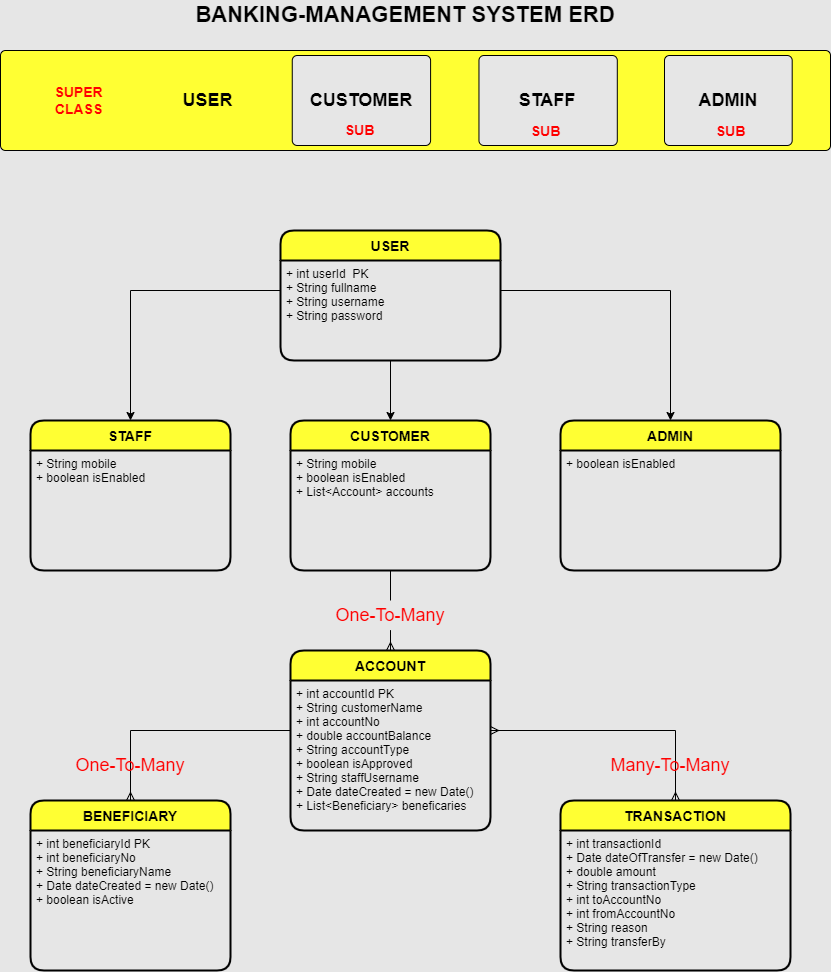
p-belinsky/banking-management-system-backend keeps this draw.io diagram as BMS-ERD.drawio.png. Above is the earlier version. Source tidied: cells renumbered, new cells last; positions are measured from the earlier drawing's top-left corner, leaving out a move shared by most shapes.
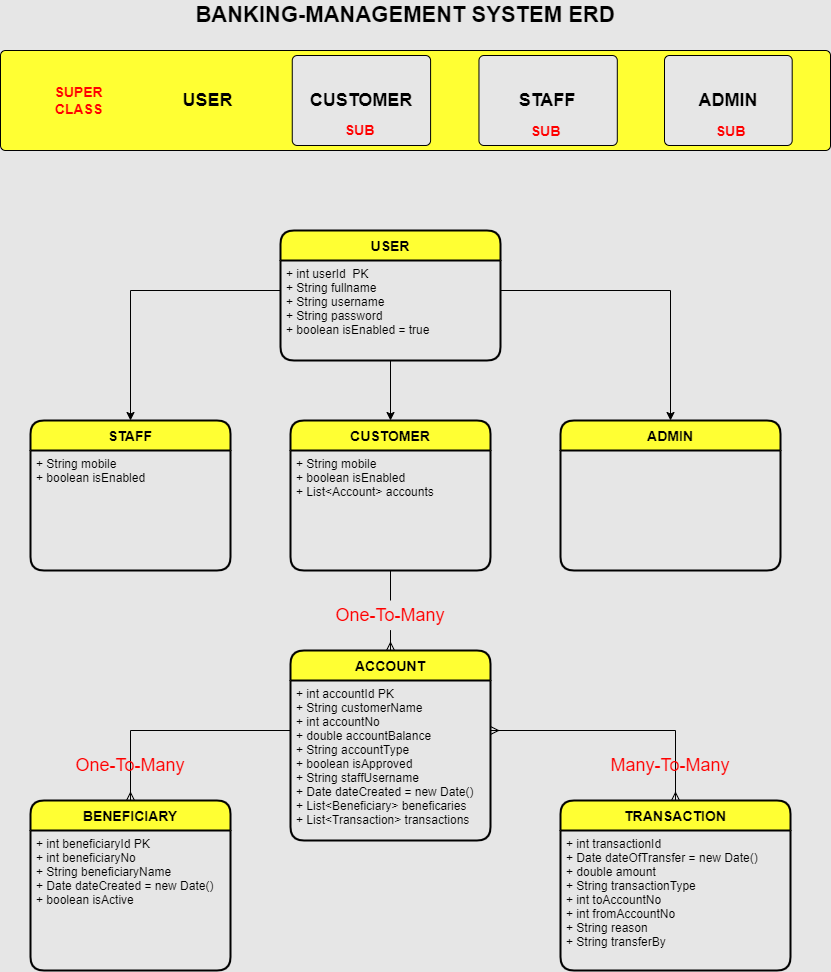
After the commit.

Commit message:
updated model classes and ERD Diagram

What changed in the source:
```diff
@@ -39,7 +39,7 @@
     <mxCell id="12" value="USER" style="swimlane;horizontal=1;startSize=30;rounded=1;fontSize=14;fontStyle=1;strokeWidth=2;shadow=0;dashed=0;align=center;sketch=0;glass=0;swimlaneFillColor=none;fillColor=#FFFF33;gradientColor=none;" parent="1" vertex="1">
       <mxGeometry x="280" y="230" width="220" height="130" as="geometry" />
     </mxCell>
-    <mxCell id="13" value="+ int userId  PK&#10;+ String fullname&#10;+ String username&#10;+ String password" style="align=left;strokeColor=none;fillColor=none;spacingLeft=4;fontSize=12;verticalAlign=top;fontColor=#000000;" parent="12" vertex="1">
+    <mxCell id="13" value="+ int userId  PK&#10;+ String fullname&#10;+ String username&#10;+ String password&#10;+ boolean isEnabled = true" style="align=left;strokeColor=none;fillColor=none;spacingLeft=4;fontSize=12;verticalAlign=top;fontColor=#000000;" parent="12" vertex="1">
       <mxGeometry y="30" width="220" height="100" as="geometry" />
     </mxCell>
     <mxCell id="14" value="CUSTOMER" style="swimlane;horizontal=1;startSize=30;rounded=1;fontSize=14;fontStyle=1;strokeWidth=2;shadow=0;dashed=0;align=center;fillColor=#FFFF33;" parent="1" vertex="1">
@@ -57,9 +57,6 @@
     <mxCell id="18" value="ADMIN" style="swimlane;horizontal=1;startSize=30;rounded=1;fontSize=14;fontStyle=1;strokeWidth=2;shadow=0;dashed=0;align=center;fillColor=#FFFF33;" parent="1" vertex="1">
       <mxGeometry x="560" y="420" width="220" height="150" as="geometry" />
     </mxCell>
-    <mxCell id="19" value="+ boolean isEnabled" style="align=left;strokeColor=none;fillColor=none;spacingLeft=4;fontSize=12;verticalAlign=top;" parent="18" vertex="1">
-      <mxGeometry y="30" width="220" height="120" as="geometry" />
-    </mxCell>
     <mxCell id="20" style="edgeStyle=orthogonalEdgeStyle;rounded=0;jettySize=auto;html=1;entryX=0.5;entryY=0;entryDx=0;entryDy=0;" parent="1" edge="1" target="16">
       <mxGeometry relative="1" as="geometry">
         <mxPoint x="280" y="300" as="sourcePoint" />
@@ -73,10 +70,10 @@
       <mxGeometry relative="1" as="geometry" />
     </mxCell>
     <mxCell id="22" value="ACCOUNT" style="swimlane;horizontal=1;startSize=30;rounded=1;fontSize=14;fontStyle=1;strokeWidth=2;shadow=0;dashed=0;align=center;swimlaneFillColor=none;fillColor=#FFFF33;" parent="1" vertex="1">
-      <mxGeometry x="290" y="650" width="200" height="180" as="geometry" />
+      <mxGeometry x="290" y="650" width="200" height="190" as="geometry" />
     </mxCell>
-    <mxCell id="23" value="+ int accountId PK&#10;+ String customerName&#10;+ int accountNo&#10;+ double accountBalance&#10;+ String accountType&#10;+ boolean isApproved&#10;+ String staffUsername&#10;+ Date dateCreated = new Date()&#10;+ List&lt;Beneficiary&gt; beneficaries" style="align=left;strokeColor=none;fillColor=none;spacingLeft=4;fontSize=12;verticalAlign=top;" parent="22" vertex="1">
-      <mxGeometry y="30" width="200" height="150" as="geometry" />
+    <mxCell id="23" value="+ int accountId PK&#10;+ String customerName&#10;+ int accountNo&#10;+ double accountBalance&#10;+ String accountType&#10;+ boolean isApproved&#10;+ String staffUsername&#10;+ Date dateCreated = new Date()&#10;+ List&lt;Beneficiary&gt; beneficaries&#10;+ List&lt;Transaction&gt; transactions" style="align=left;strokeColor=none;fillColor=none;spacingLeft=4;fontSize=12;verticalAlign=top;" parent="22" vertex="1">
+      <mxGeometry y="30" width="200" height="160" as="geometry" />
     </mxCell>
     <mxCell id="24" value="BENEFICIARY" style="swimlane;horizontal=1;startSize=30;rounded=1;fontSize=14;fontStyle=1;strokeWidth=2;shadow=0;dashed=0;align=center;fillColor=#FFFF33;" parent="1" vertex="1">
       <mxGeometry x="30" y="800" width="200" height="170" as="geometry" />
```
